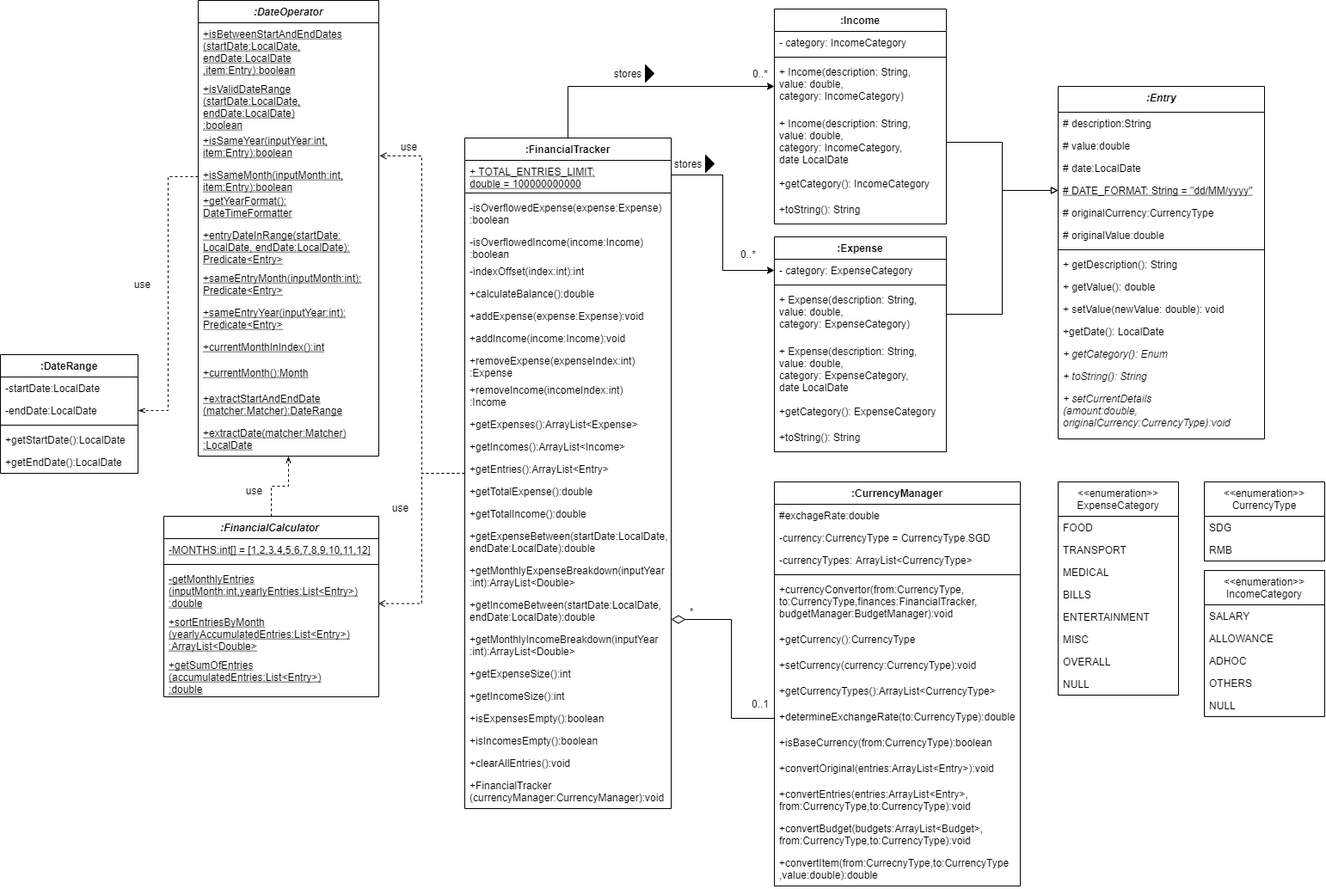
Before: docs/FinancialTrackerCD.drawio.png, a diagram exported from draw.io (nus-cs2113-AY2122S1/tp). Source tidied: cells renumbered, new cells last; positions are measured from the earlier drawing's top-left corner, leaving out a move shared by most shapes.
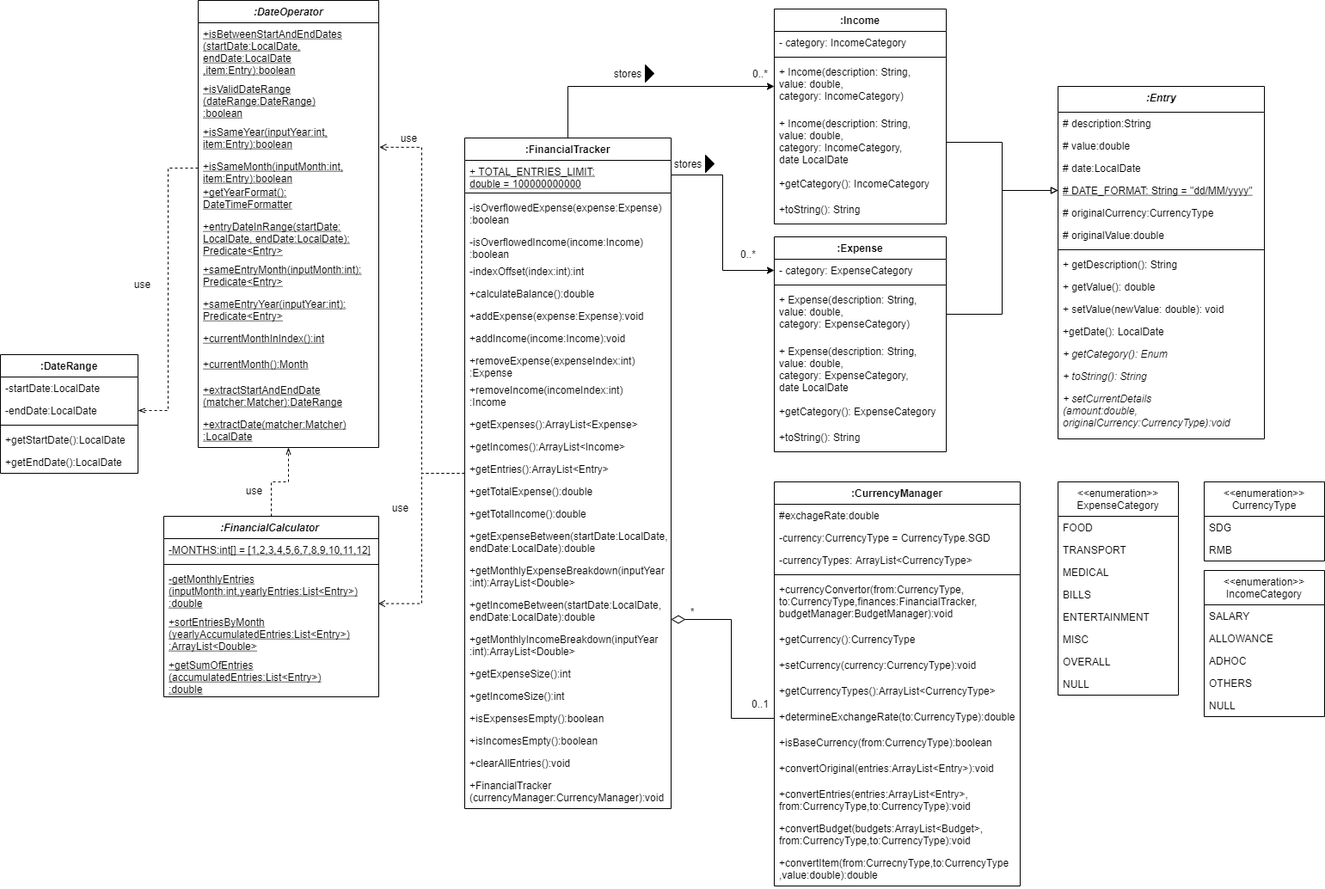
Above is the later version.

Diff of the diagram source:
```diff
@@ -231,43 +231,43 @@
       <mxGeometry relative="1" as="geometry" />
     </mxCell>
     <mxCell id="78" value=":DateOperator" style="swimlane;fontStyle=3;horizontal=1;startSize=26;fillColor=none;fontColor=#000000;" parent="1" vertex="1">
-      <mxGeometry x="230" width="210" height="530" as="geometry" />
+      <mxGeometry x="230" width="210" height="520" as="geometry" />
     </mxCell>
     <mxCell id="79" value="+isBetweenStartAndEndDates&#10;(startDate:LocalDate,&#10;endDate:LocalDate&#10;,item:Entry):boolean&#10;" style="text;strokeColor=none;fillColor=none;align=left;verticalAlign=top;spacingLeft=4;spacingRight=4;overflow=hidden;fontColor=#000000;fontStyle=4;" parent="78" vertex="1">
       <mxGeometry y="26" width="210" height="64" as="geometry" />
     </mxCell>
-    <mxCell id="80" value="+isValidDateRange&#10;(startDate:LocalDate,&#10;endDate:LocalDate)&#10;:boolean" style="text;strokeColor=none;fillColor=none;align=left;verticalAlign=top;spacingLeft=4;spacingRight=4;overflow=hidden;fontColor=#000000;fontStyle=4;" parent="78" vertex="1">
-      <mxGeometry y="90" width="210" height="60" as="geometry" />
+    <mxCell id="80" value="+isValidDateRange&#10;(dateRange:DateRange)&#10;:boolean" style="text;strokeColor=none;fillColor=none;align=left;verticalAlign=top;spacingLeft=4;spacingRight=4;overflow=hidden;fontColor=#000000;fontStyle=4;" parent="78" vertex="1">
+      <mxGeometry y="90" width="210" height="50" as="geometry" />
     </mxCell>
     <mxCell id="81" value="+isSameYear(inputYear:int,&#10;item:Entry):boolean" style="text;strokeColor=none;fillColor=none;align=left;verticalAlign=top;spacingLeft=4;spacingRight=4;overflow=hidden;points=[[0,0.5],[1,0.5]];portConstraint=eastwest;fontColor=#000000;fontStyle=4;" parent="78" vertex="1">
-      <mxGeometry y="150" width="210" height="40" as="geometry" />
+      <mxGeometry y="140" width="210" height="40" as="geometry" />
     </mxCell>
     <mxCell id="82" value="+isSameMonth(inputMonth:int,&#10;item:Entry):boolean" style="text;strokeColor=none;fillColor=none;align=left;verticalAlign=top;spacingLeft=4;spacingRight=4;overflow=hidden;points=[[0,0.5],[1,0.5]];portConstraint=eastwest;fontColor=#000000;fontStyle=4;" parent="78" vertex="1">
-      <mxGeometry y="190" width="210" height="30" as="geometry" />
+      <mxGeometry y="180" width="210" height="30" as="geometry" />
     </mxCell>
     <mxCell id="83" value="+getYearFormat():&#10;DateTimeFormatter" style="text;strokeColor=none;fillColor=none;align=left;verticalAlign=top;spacingLeft=4;spacingRight=4;overflow=hidden;fontColor=#000000;fontStyle=4;" parent="78" vertex="1">
-      <mxGeometry y="220" width="210" height="40" as="geometry" />
+      <mxGeometry y="210" width="210" height="40" as="geometry" />
     </mxCell>
     <mxCell id="84" value="+entryDateInRange(startDate:&#10;LocalDate, endDate:LocalDate):&#10;Predicate&lt;Entry&gt;" style="text;strokeColor=none;fillColor=none;align=left;verticalAlign=top;spacingLeft=4;spacingRight=4;overflow=hidden;fontColor=#000000;fontStyle=4;" parent="78" vertex="1">
-      <mxGeometry y="260" width="210" height="50" as="geometry" />
+      <mxGeometry y="250" width="210" height="50" as="geometry" />
     </mxCell>
     <mxCell id="85" value="+sameEntryMonth(inputMonth:int):&#10;Predicate&lt;Entry&gt;" style="text;strokeColor=none;fillColor=none;align=left;verticalAlign=top;spacingLeft=4;spacingRight=4;overflow=hidden;fontColor=#000000;fontStyle=4;" parent="78" vertex="1">
-      <mxGeometry y="310" width="210" height="40" as="geometry" />
+      <mxGeometry y="300" width="210" height="40" as="geometry" />
     </mxCell>
     <mxCell id="86" value="+sameEntryYear(inputYear:int):&#10;Predicate&lt;Entry&gt;" style="text;strokeColor=none;fillColor=none;align=left;verticalAlign=top;spacingLeft=4;spacingRight=4;overflow=hidden;fontColor=#000000;fontStyle=4;" parent="78" vertex="1">
-      <mxGeometry y="350" width="210" height="40" as="geometry" />
+      <mxGeometry y="340" width="210" height="40" as="geometry" />
     </mxCell>
     <mxCell id="87" value="+currentMonthInIndex():int" style="text;strokeColor=none;fillColor=none;align=left;verticalAlign=top;spacingLeft=4;spacingRight=4;overflow=hidden;fontColor=#000000;fontStyle=4;" parent="78" vertex="1">
-      <mxGeometry y="390" width="210" height="30" as="geometry" />
+      <mxGeometry y="380" width="210" height="30" as="geometry" />
     </mxCell>
     <mxCell id="88" value="+currentMonth():Month" style="text;strokeColor=none;fillColor=none;align=left;verticalAlign=top;spacingLeft=4;spacingRight=4;overflow=hidden;fontColor=#000000;fontStyle=4;" parent="78" vertex="1">
-      <mxGeometry y="420" width="210" height="30" as="geometry" />
+      <mxGeometry y="410" width="210" height="30" as="geometry" />
     </mxCell>
     <mxCell id="89" value="+extractStartAndEndDate&#10;(matcher:Matcher):DateRange" style="text;strokeColor=none;fillColor=none;align=left;verticalAlign=top;spacingLeft=4;spacingRight=4;overflow=hidden;fontColor=#000000;fontStyle=4;" parent="78" vertex="1">
-      <mxGeometry y="450" width="210" height="40" as="geometry" />
+      <mxGeometry y="440" width="210" height="40" as="geometry" />
     </mxCell>
     <mxCell id="90" value="+extractDate(matcher:Matcher)&#10;:LocalDate" style="text;strokeColor=none;fillColor=none;align=left;verticalAlign=top;spacingLeft=4;spacingRight=4;overflow=hidden;points=[[0,0.5],[1,0.5]];portConstraint=eastwest;fontColor=#000000;fontStyle=4;" parent="78" vertex="1">
-      <mxGeometry y="490" width="210" height="40" as="geometry" />
+      <mxGeometry y="480" width="210" height="40" as="geometry" />
     </mxCell>
     <mxCell id="91" style="edgeStyle=orthogonalEdgeStyle;rounded=0;jettySize=auto;html=1;exitX=0.5;exitY=0;exitDx=0;exitDy=0;dashed=1;endArrow=openThin;endFill=0;entryX=0.5;entryY=1;entryDx=0;entryDy=0;entryPerimeter=0;" parent="1" edge="1" source="92" target="90">
       <mxGeometry relative="1" as="geometry" />
@@ -309,7 +309,7 @@
       <mxGeometry x="820" y="180" width="10" height="20" as="geometry" />
     </mxCell>
     <mxCell id="104" value="use" style="text;html=1;align=center;verticalAlign=middle;strokeColor=none;fillColor=none;fontColor=#000000;" parent="1" vertex="1">
-      <mxGeometry x="460" y="160" width="30" height="20" as="geometry" />
+      <mxGeometry x="460" y="150" width="30" height="20" as="geometry" />
     </mxCell>
     <mxCell id="105" value="use" style="text;html=1;align=center;verticalAlign=middle;strokeColor=none;fillColor=none;fontColor=#000000;" parent="1" vertex="1">
       <mxGeometry x="450" y="580" width="30" height="20" as="geometry" />
```
